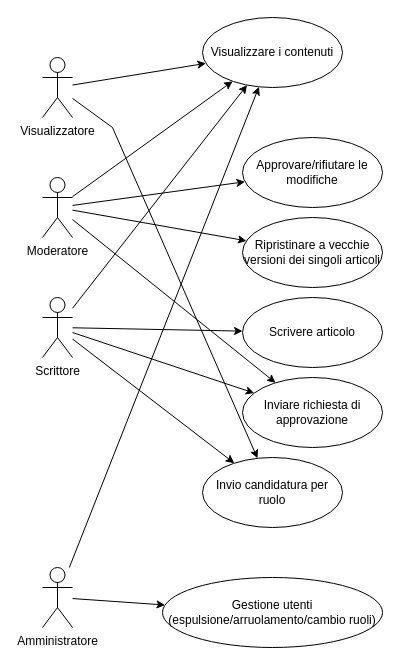
The draw.io diagram docs/UML/wikistudenti_casiuso.drawio in LucaAvveduto/5C_WikiStudenti_Avveduto_Barani_Brambilla_Cecire, before the edit. Source tidied: cells renumbered, new cells numbered last; positions are measured from the earlier drawing's top-left corner, leaving out a move shared by most shapes. Both pictures are drawn from the tidied source at 100%, with x=0, y=0 at pixel (42, 17).
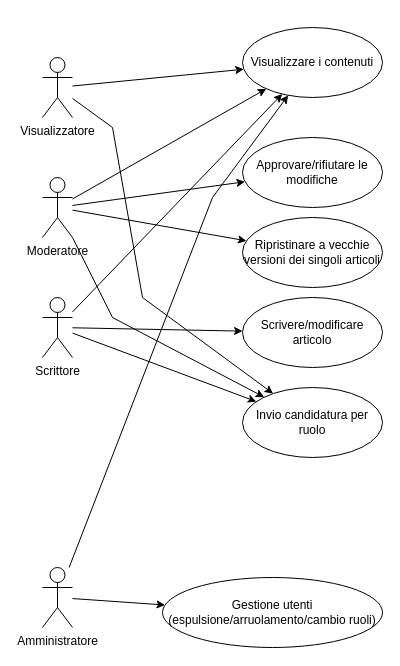
The same diagram, later.

Unchanged cells that the change refers to:
```xml
<mxCell id="2" value="Visualizzatore" style="shape=umlActor;verticalLabelPosition=bottom;verticalAlign=top;html=1;" parent="1" vertex="1">
  <mxGeometry y="40" width="30" height="60" as="geometry" />
</mxCell>
<mxCell id="3" value="Moderatore" style="shape=umlActor;verticalLabelPosition=bottom;verticalAlign=top;html=1;" parent="1" vertex="1">
  <mxGeometry y="160" width="30" height="60" as="geometry" />
</mxCell>
<mxCell id="4" value="Amministratore" style="shape=umlActor;verticalLabelPosition=bottom;verticalAlign=top;html=1;" parent="1" vertex="1">
  <mxGeometry y="550" width="30" height="60" as="geometry" />
</mxCell>
<mxCell id="5" value="Scrittore" style="shape=umlActor;verticalLabelPosition=bottom;verticalAlign=top;html=1;" parent="1" vertex="1">
  <mxGeometry y="280" width="30" height="60" as="geometry" />
</mxCell>
```

Diff of the diagram source:
```diff
@@
     <mxCell id="6" value="Visualizzare i contenuti" style="ellipse;whiteSpace=wrap;html=1;" parent="1" vertex="1">
-      <mxGeometry x="160" width="140" height="70" as="geometry" />
+      <mxGeometry x="200" y="10" width="140" height="70" as="geometry" />
     </mxCell>
@@
-    <mxCell id="8" value="Scrivere articolo" style="ellipse;whiteSpace=wrap;html=1;" parent="1" vertex="1">
+    <mxCell id="8" value="Scrivere/modificare articolo" style="ellipse;whiteSpace=wrap;html=1;" parent="1" vertex="1">
       <mxGeometry x="200" y="280" width="140" height="70" as="geometry" />
     </mxCell>
@@
     <mxCell id="14" style="endArrow=classic;html=1;rounded=0;" parent="1" edge="1" source="4" target="6">
-      <mxGeometry relative="1" as="geometry" />
+      <mxGeometry relative="1" as="geometry">
+        <Array as="points">
+          <mxPoint x="170" y="180" />
+        </Array>
+      </mxGeometry>
     </mxCell>
@@
-    <mxCell id="17" value="Inviare richiesta di approvazione" style="ellipse;whiteSpace=wrap;html=1;" parent="1" vertex="1">
-      <mxGeometry x="200" y="360" width="140" height="70" as="geometry" />
-    </mxCell>
-    <mxCell id="18" style="endArrow=classic;html=1;rounded=0;" parent="1" edge="1" source="5" target="17">
-      <mxGeometry relative="1" as="geometry" />
-    </mxCell>
@@
     <mxCell id="21" value="Invio candidatura per ruolo" style="ellipse;whiteSpace=wrap;html=1;" parent="1" vertex="1">
-      <mxGeometry x="160" y="440" width="140" height="70" as="geometry" />
+      <mxGeometry x="200" y="370" width="140" height="70" as="geometry" />
     </mxCell>
@@
-    <mxCell id="23" style="endArrow=classic;html=1;rounded=0;" parent="1" edge="1" source="3" target="17">
-      <mxGeometry relative="1" as="geometry" />
+    <mxCell id="23" style="endArrow=classic;html=1;rounded=0;" parent="1" edge="1" source="3" target="21">
+      <mxGeometry relative="1" as="geometry">
+        <Array as="points">
+          <mxPoint x="70" y="300" />
+        </Array>
+      </mxGeometry>
     </mxCell>
     <mxCell id="24" style="endArrow=classic;html=1;rounded=0;" parent="1" edge="1" source="2" target="21">
       <mxGeometry relative="1" as="geometry">
         <Array as="points">
           <mxPoint x="70" y="110" />
+          <mxPoint x="100" y="280" />
         </Array>
       </mxGeometry>
     </mxCell>
```
